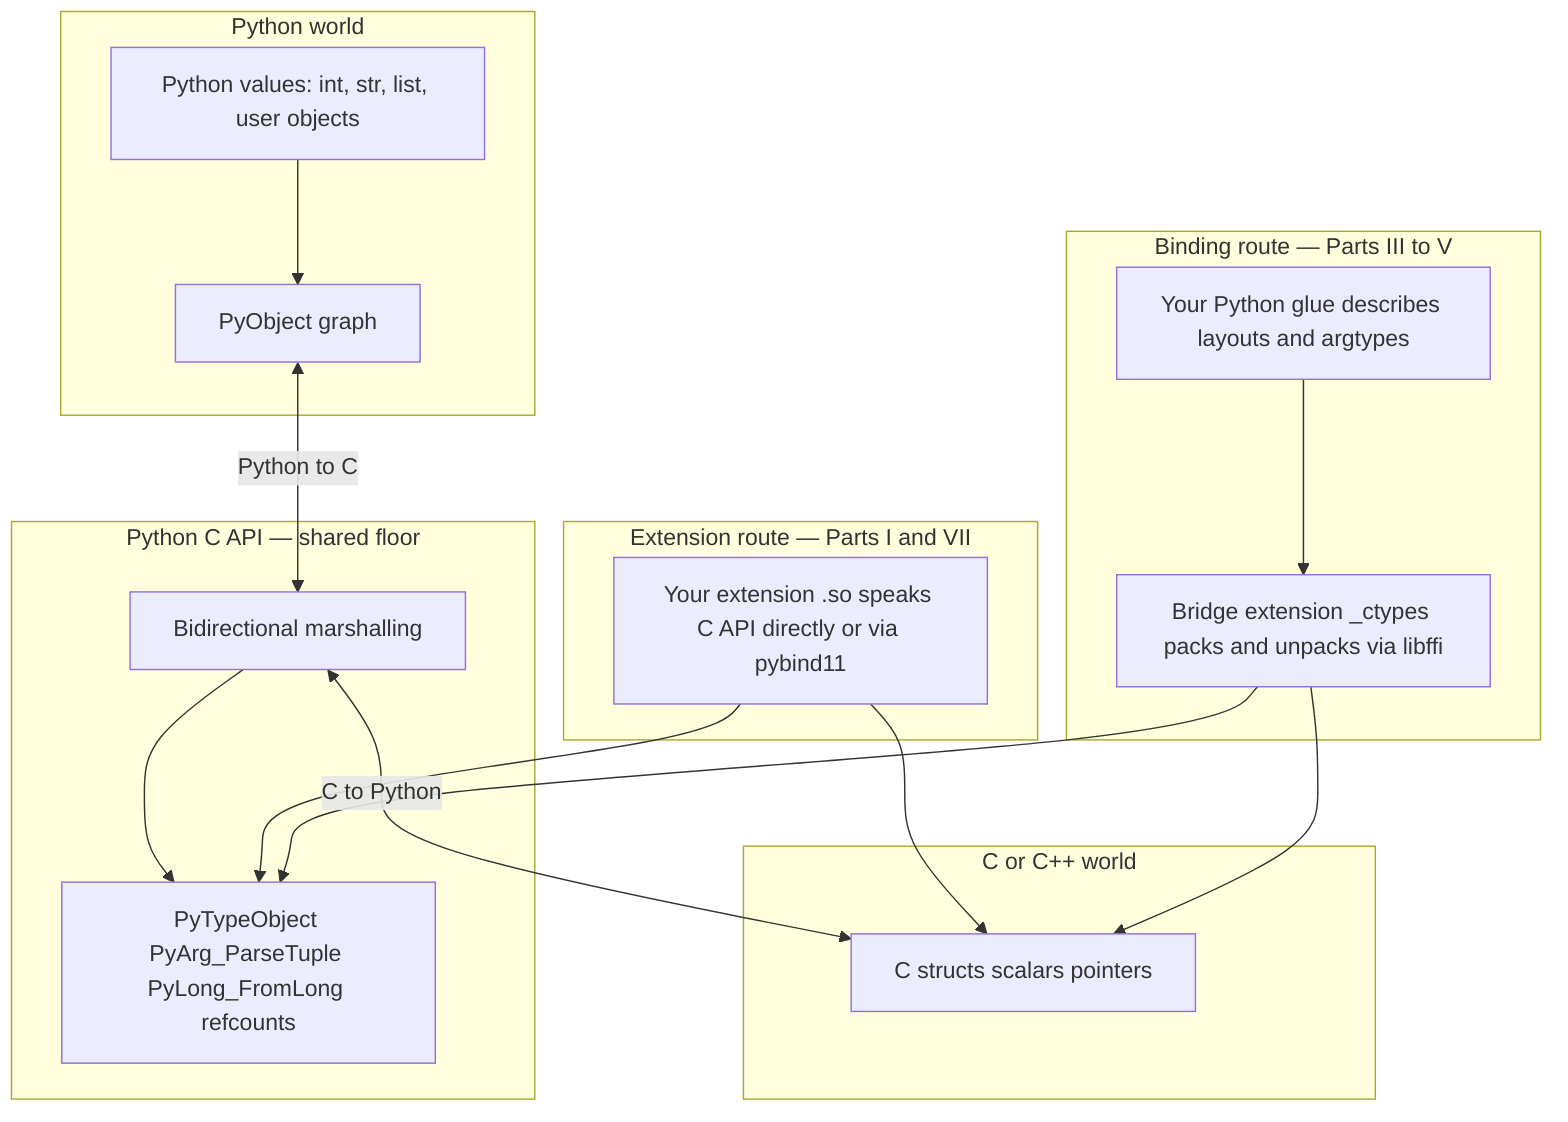
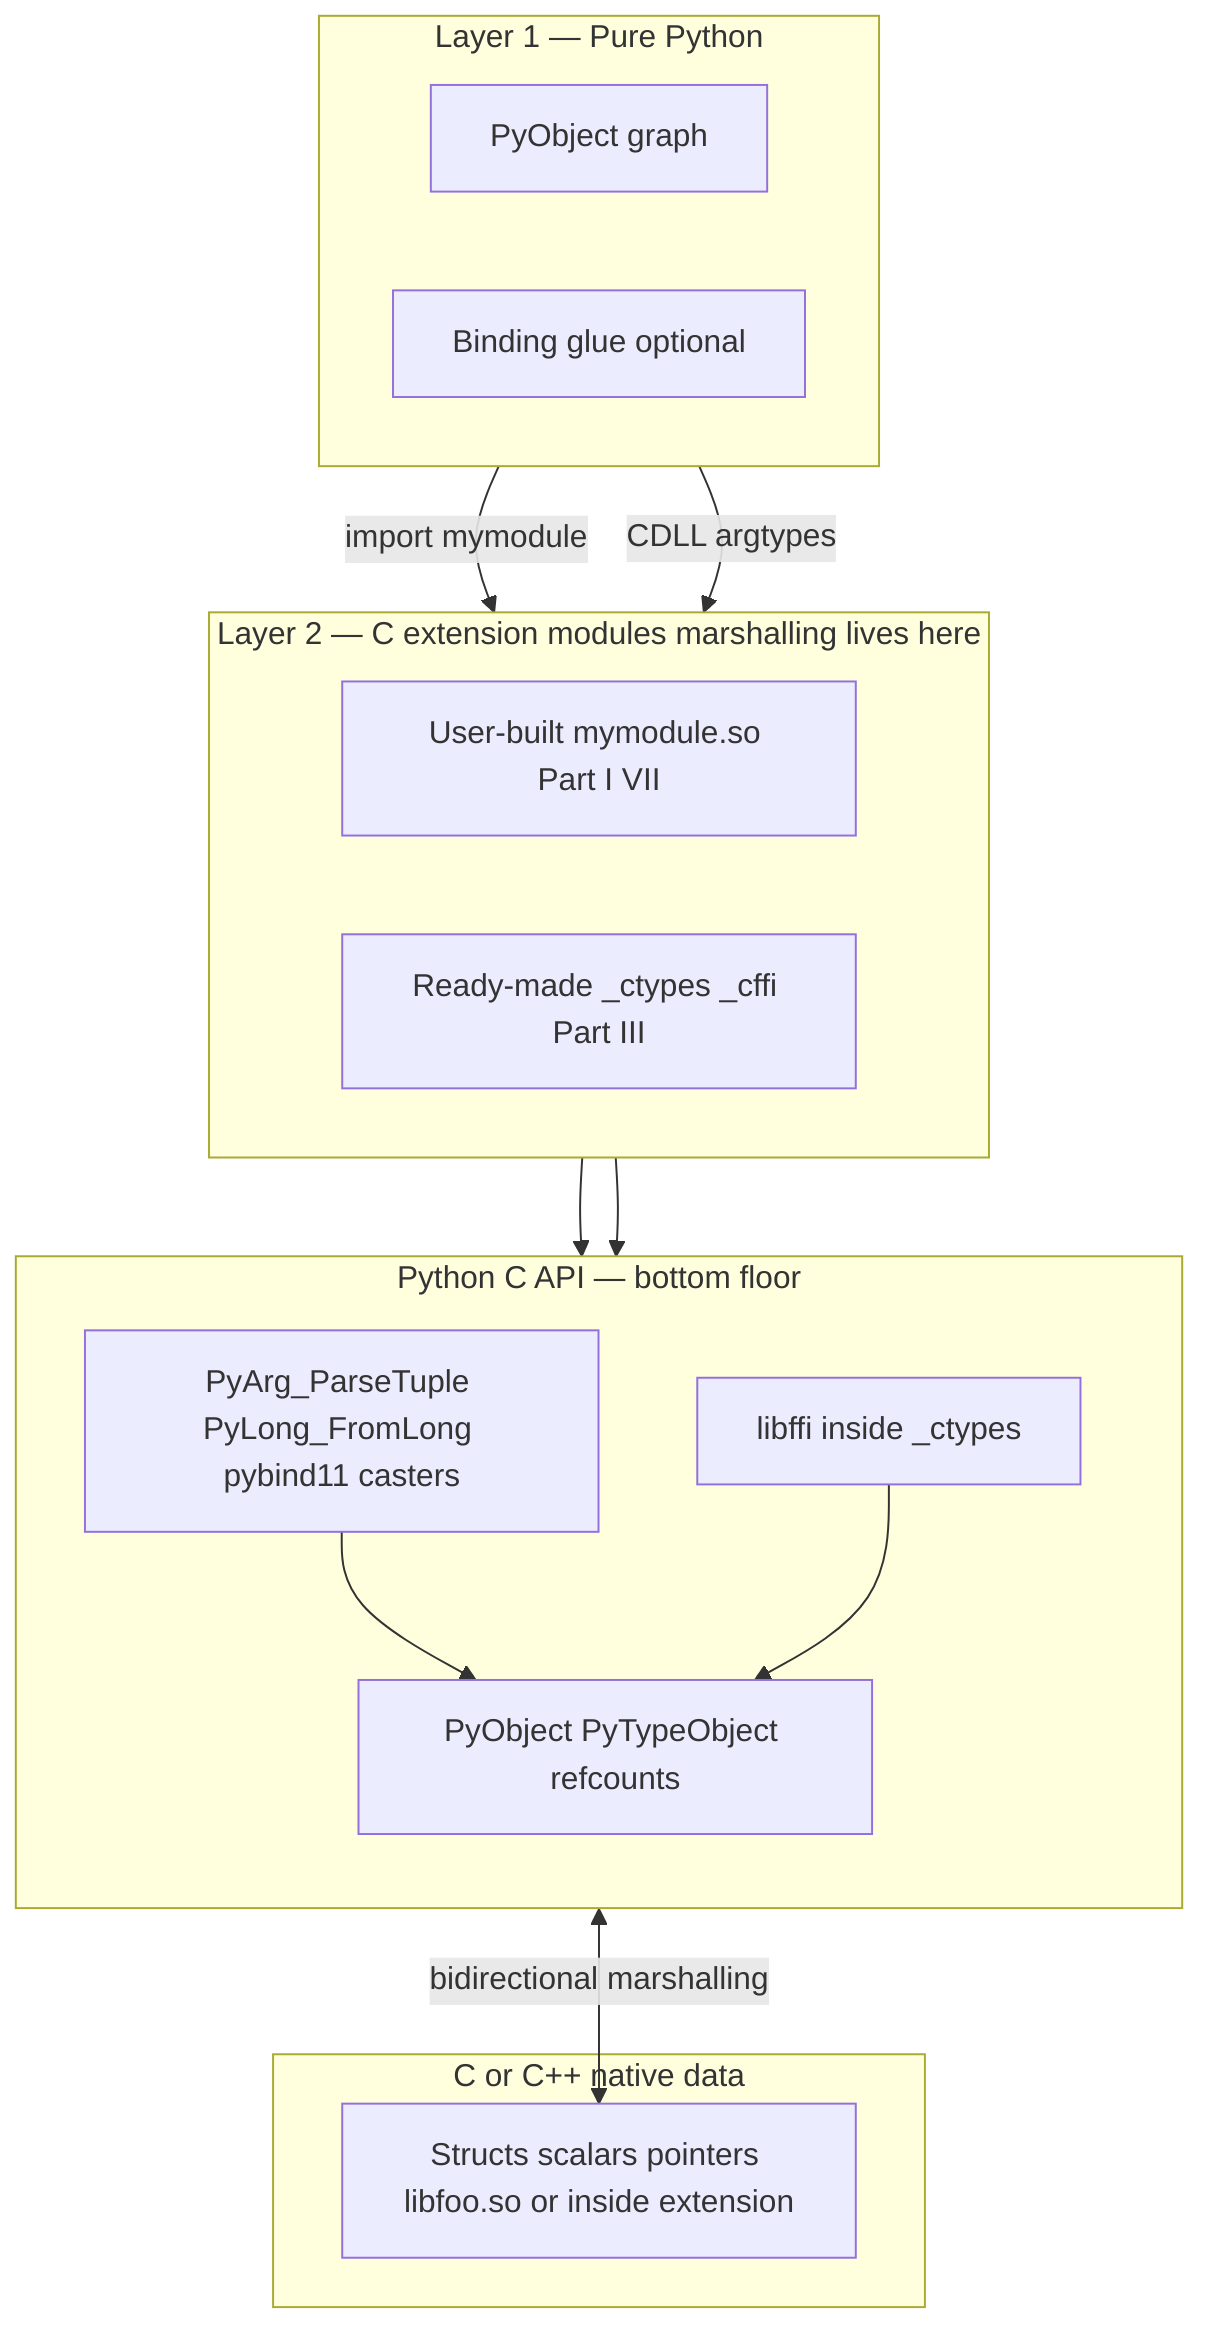
flowchart TB
-     subgraph pyWorld [Python world]
-         pyVal["Python values: int, str, list, user objects"]
+     subgraph L1 [Layer 1 — Pure Python]
+         direction LR
        pyObj["PyObject graph"]
-         pyVal --> pyObj
+         bindGlue["Binding glue optional"]
    end

-     subgraph cApiFloor [Python C API — shared floor]
-         marshal["Bidirectional marshalling"]
-         pyType["PyTypeObject PyArg_ParseTuple PyLong_FromLong refcounts"]
-         marshal --> pyType
+     subgraph L2 [Layer 2 — C extension modules marshalling lives here]
+         direction LR
+         userExt["User-built mymodule.so Part I VII"]
+         readyExt["Ready-made _ctypes _cffi Part III"]
    end

-     subgraph cWorld [C or C++ world]
-         cData["C structs scalars pointers"]
+     subgraph L3 [Python C API — bottom floor]
+         direction TB
+         cApi["PyObject PyTypeObject refcounts"]
+         parseBuild["PyArg_ParseTuple PyLong_FromLong pybind11 casters"]
+         libffi["libffi inside _ctypes"]
    end

-     subgraph extRoute [Extension route — Parts I and VII]
-         extAuthor["Your extension .so speaks C API directly or via pybind11"]
+     subgraph L4 [C or C++ native data]
+         cData["Structs scalars pointers libfoo.so or inside extension"]
    end

-     subgraph bindRoute [Binding route — Parts III to V]
-         bridgeAuthor["Bridge extension _ctypes packs and unpacks via libffi"]
-         pySide["Your Python glue describes layouts and argtypes"]
-         pySide --> bridgeAuthor
-     end
- 
-     pyObj <-->|"Python to C"| marshal
-     marshal <-->|"C to Python"| cData
-     extAuthor --> pyType
-     bridgeAuthor --> pyType
-     extAuthor --> cData
-     bridgeAuthor --> cData
+     pyObj -->|"import mymodule"| userExt
+     bindGlue -->|"CDLL argtypes"| readyExt
+     userExt --> parseBuild
+     readyExt --> libffi
+     parseBuild --> cApi
+     libffi --> cApi
+     cApi <-->|"bidirectional marshalling"| cData
